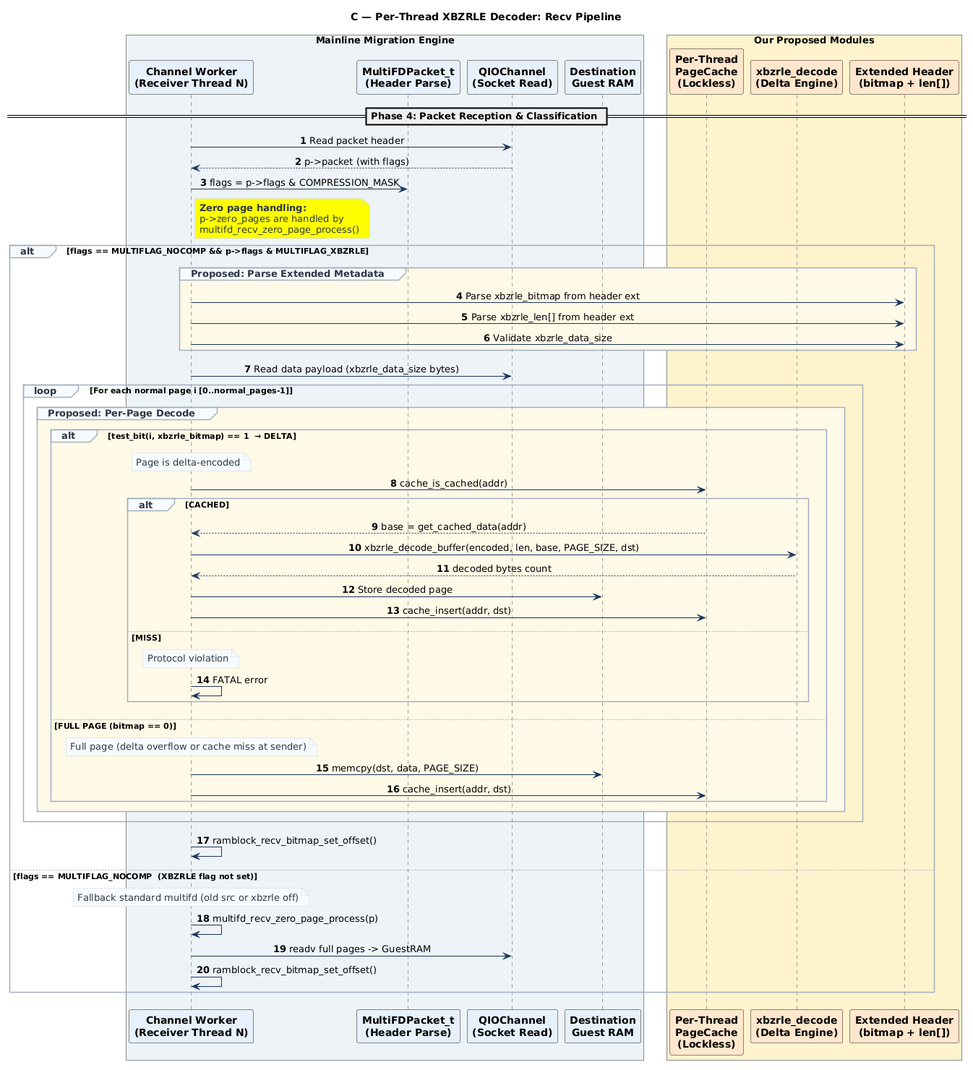
trieu1162000/qemu-migration keeps this PlantUML diagram as design/plantuml/imgs/03_decoder_detail.png. Above is the earlier version.
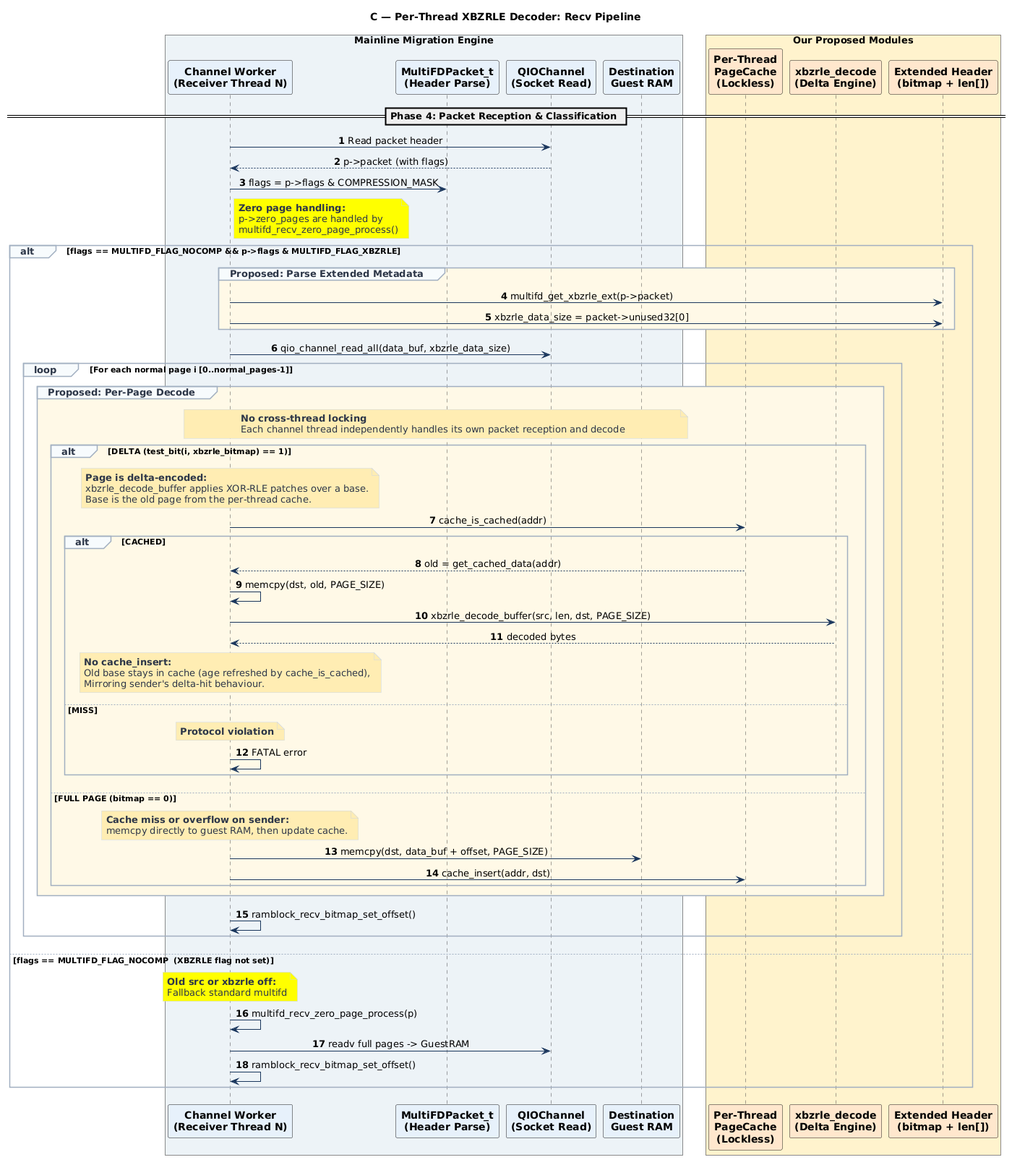
The same file after the commit.

Commit message:
clean up diagram 3 (fix typo, correctness only)

Change to the diagram source:
```diff
@@ -49,43 +49,61 @@
     multifd_recv_zero_page_process()
 end note
 
-alt flags == MULTIFLAG_NOCOMP && p->flags & MULTIFLAG_XBZRLE
+alt flags == MULTIFD_FLAG_NOCOMP && p->flags & MULTIFD_FLAG_XBZRLE
 
     group #FFF9E6 Proposed: Parse Extended Metadata
-        Recver -> Meta : Parse xbzrle_bitmap from header ext
-        Recver -> Meta : Parse xbzrle_len[] from header ext
-        Recver -> Meta : Validate xbzrle_data_size
+        Recver -> Meta : multifd_get_xbzrle_ext(p->packet)
+        Recver -> Meta : xbzrle_data_size = packet->unused32[0]
     end
 
-    Recver -> IO : Read data payload (xbzrle_data_size bytes)
+    Recver -> IO : qio_channel_read_all(data_buf, xbzrle_data_size)
 
     loop For each normal page i [0..normal_pages-1]
         group #FFF9E6 Proposed: Per-Page Decode
-            alt test_bit(i, xbzrle_bitmap) == 1  → DELTA
-                note over Recver: Page is delta-encoded
+            note over Recver, GuestRAM #FFECB3
+                **No cross-thread locking**
+                Each channel thread independently handles its own packet reception and decode
+            end note
+            alt DELTA (test_bit(i, xbzrle_bitmap) == 1)
+                note over Recver #FFECB3
+                    **Page is delta-encoded:**
+                    xbzrle_decode_buffer applies XOR-RLE patches over a base.
+                    Base is the old page from the per-thread cache.
+                end note
                 Recver -> Cache : cache_is_cached(addr)
                 alt CACHED
-                    Cache --> Recver : base = get_cached_data(addr)
-                    Recver -> Decode : xbzrle_decode_buffer(encoded, len, base, PAGE_SIZE, dst)
-                    Decode --> Recver : decoded bytes count
-                    Recver -> GuestRAM : Store decoded page
-                    Recver -> Cache : cache_insert(addr, dst)
+                    Cache --> Recver : old = get_cached_data(addr)
+                    Recver -> Recver : memcpy(dst, old, PAGE_SIZE)
+                    Recver -> Decode : xbzrle_decode_buffer(src, len, dst, PAGE_SIZE)
+                    Decode --> Recver : decoded bytes
+                    note over Recver #FFECB3
+                        **No cache_insert:**
+                        Old base stays in cache (age refreshed by cache_is_cached),
+                        Mirroring sender's delta-hit behaviour.
+                    end note
                 else MISS
-                    note over Recver: Protocol violation
+                    note over Recver #FFECB3
+                        **Protocol violation**
+                    end note
                     Recver -> Recver : FATAL error
                 end
             else FULL PAGE (bitmap == 0)
-                note over Recver: Full page (delta overflow or cache miss at sender)
-                Recver -> GuestRAM : memcpy(dst, data, PAGE_SIZE)
+                note over Recver #FFECB3
+                    **Cache miss or overflow on sender:**
+                    memcpy directly to guest RAM, then update cache.
+                end note
+                Recver -> GuestRAM : memcpy(dst, data_buf + offset, PAGE_SIZE)
                 Recver -> Cache : cache_insert(addr, dst)
             end
         end
+        Recver -> Recver : ramblock_recv_bitmap_set_offset()
     end
 
-    Recver -> Recver : ramblock_recv_bitmap_set_offset()
-
-else flags == MULTIFLAG_NOCOMP  (XBZRLE flag not set)
-    note over Recver: Fallback standard multifd (old src or xbzrle off)
+else flags == MULTIFD_FLAG_NOCOMP  (XBZRLE flag not set)
+    note over Recver #Yellow
+        **Old src or xbzrle off:**
+        Fallback standard multifd
+    end note
     Recver -> Recver : multifd_recv_zero_page_process(p)
     Recver -> IO : readv full pages -> GuestRAM
     Recver -> Recver : ramblock_recv_bitmap_set_offset()
```
